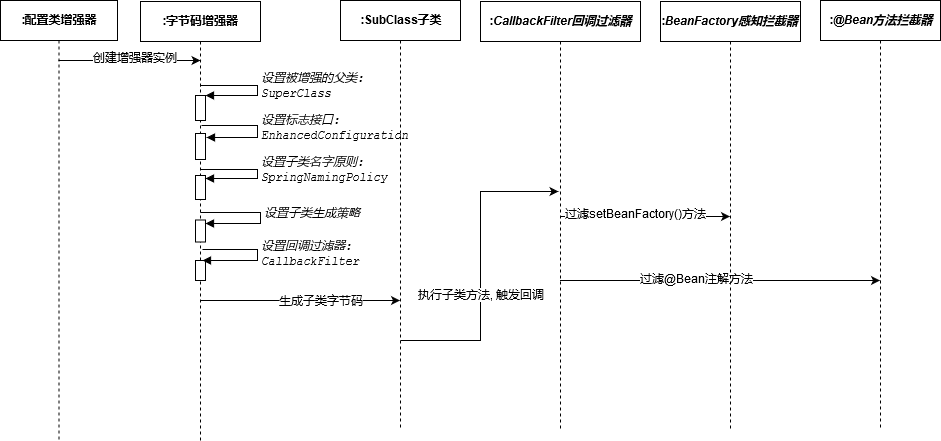
Earlier version of the draw.io export spring-ioc/images/spring-config-enhancer-sequence.png (rutine/spring-doc). Source tidied: cells renumbered, new cells last; positions are measured from the earlier drawing's top-left corner, leaving out a move shared by most shapes.
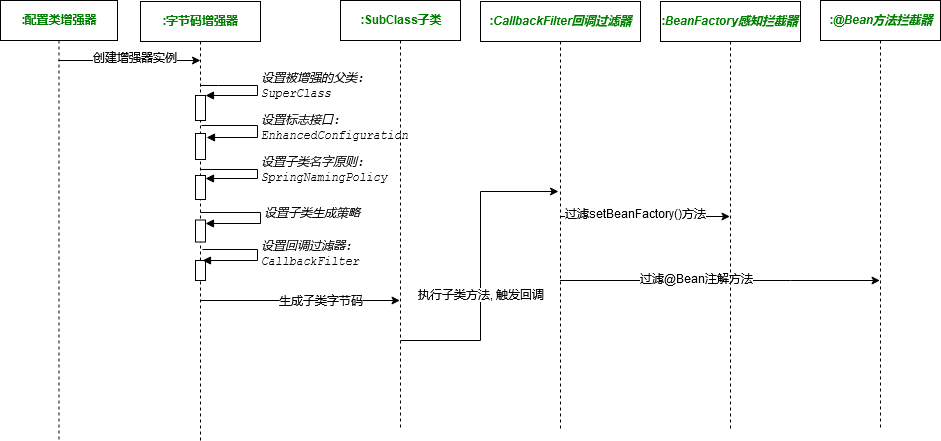
The same file after the commit.

What changed in the source:
```diff
@@ -13,7 +13,7 @@
     <mxCell id="3" value="创建增强器实例" style="text;html=1;align=center;verticalAlign=middle;labelBackgroundColor=#ffffff;" parent="2" vertex="1">
       <mxGeometry x="0.08" y="2" relative="1" as="geometry" />
     </mxCell>
-    <mxCell id="4" value="&lt;b&gt;:配置类增强器&lt;/b&gt;" style="shape=umlLifeline;perimeter=lifelinePerimeter;whiteSpace=wrap;html=1;outlineConnect=0;" parent="1" vertex="1">
+    <mxCell id="4" value="&lt;b&gt;:配置类增强器&lt;/b&gt;" style="shape=umlLifeline;perimeter=lifelinePerimeter;whiteSpace=wrap;html=1;outlineConnect=0;fontColor=#008000;" parent="1" vertex="1">
       <mxGeometry width="117" height="439" as="geometry" />
     </mxCell>
     <mxCell id="5" style="edgeStyle=orthogonalEdgeStyle;rounded=0;jettySize=auto;html=1;exitX=0.497;exitY=0.683;exitDx=0;exitDy=0;exitPerimeter=0;" parent="1" edge="1" source="7" target="21">
@@ -29,7 +29,7 @@
         <mxPoint x="-11" y="-10" as="offset" />
       </mxGeometry>
     </mxCell>
-    <mxCell id="7" value="&lt;b&gt;:字节码增强器&lt;/b&gt;" style="html=1;points=[];perimeter=orthogonalPerimeter;shape=umlLifeline;participant=label;fontFamily=Helvetica;fontSize=12;fontColor=#000000;align=center;strokeColor=#000000;fillColor=#ffffff;" parent="1" vertex="1">
+    <mxCell id="7" value="&lt;b&gt;:字节码增强器&lt;/b&gt;" style="html=1;points=[];perimeter=orthogonalPerimeter;shape=umlLifeline;participant=label;fontFamily=Helvetica;fontSize=12;fontColor=#008000;align=center;strokeColor=#000000;fillColor=#ffffff;" parent="1" vertex="1">
       <mxGeometry x="140" y="1" width="120" height="439" as="geometry" />
     </mxCell>
     <mxCell id="8" style="html=1;points=[];perimeter=orthogonalPerimeter;" parent="7" vertex="1">
@@ -97,7 +97,7 @@
     <mxCell id="20" value="执行子类方法, 触发回调" style="text;html=1;align=center;verticalAlign=middle;labelBackgroundColor=#ffffff;" parent="19" vertex="1">
       <mxGeometry x="-0.18" relative="1" as="geometry" />
     </mxCell>
-    <mxCell id="21" value="&lt;b&gt;:SubClass子类&lt;/b&gt;" style="shape=umlLifeline;perimeter=lifelinePerimeter;whiteSpace=wrap;html=1;outlineConnect=0;" parent="1" vertex="1">
+    <mxCell id="21" value="&lt;b&gt;:SubClass子类&lt;/b&gt;" style="shape=umlLifeline;perimeter=lifelinePerimeter;whiteSpace=wrap;html=1;outlineConnect=0;fontColor=#008000;" parent="1" vertex="1">
       <mxGeometry x="340" width="120" height="430" as="geometry" />
     </mxCell>
     <mxCell id="22" style="edgeStyle=orthogonalEdgeStyle;rounded=0;jettySize=auto;html=1;" parent="1" edge="1" source="24" target="27">
@@ -111,7 +111,7 @@
     <mxCell id="23" value="过滤setBeanFactory()方法" style="text;html=1;align=center;verticalAlign=middle;labelBackgroundColor=#ffffff;" parent="22" vertex="1">
       <mxGeometry x="-0.11" y="2" relative="1" as="geometry" />
     </mxCell>
-    <mxCell id="24" value="&lt;b&gt;:&lt;span style=&quot;font-style: italic&quot;&gt;CallbackFilter回调过滤器&lt;/span&gt;&lt;/b&gt;" style="shape=umlLifeline;perimeter=lifelinePerimeter;whiteSpace=wrap;html=1;outlineConnect=0;" parent="1" vertex="1">
+    <mxCell id="24" value="&lt;b&gt;:&lt;span style=&quot;font-style: italic&quot;&gt;CallbackFilter回调过滤器&lt;/span&gt;&lt;/b&gt;" style="shape=umlLifeline;perimeter=lifelinePerimeter;whiteSpace=wrap;html=1;outlineConnect=0;fontColor=#008000;" parent="1" vertex="1">
       <mxGeometry x="480" y="1" width="160" height="430" as="geometry" />
     </mxCell>
     <mxCell id="25" style="edgeStyle=orthogonalEdgeStyle;rounded=0;jettySize=auto;html=1;" parent="1" edge="1" source="24" target="28">
@@ -127,10 +127,10 @@
         <mxPoint x="-24" y="24" as="offset" />
       </mxGeometry>
     </mxCell>
-    <mxCell id="27" value="&lt;div&gt;&lt;b&gt;:&lt;span style=&quot;font-style: italic&quot;&gt;Bean&lt;/span&gt;&lt;span style=&quot;font-style: italic&quot;&gt;Factory感知拦截器&lt;/span&gt;&lt;span style=&quot;font-style: italic&quot;&gt;&lt;/span&gt;&lt;/b&gt;&lt;/div&gt;" style="shape=umlLifeline;perimeter=lifelinePerimeter;whiteSpace=wrap;html=1;outlineConnect=0;strokeColor=#000000;" parent="1" vertex="1">
+    <mxCell id="27" value="&lt;div&gt;&lt;b&gt;:&lt;span style=&quot;font-style: italic&quot;&gt;Bean&lt;/span&gt;&lt;span style=&quot;font-style: italic&quot;&gt;Factory感知拦截器&lt;/span&gt;&lt;/b&gt;&lt;/div&gt;" style="shape=umlLifeline;perimeter=lifelinePerimeter;whiteSpace=wrap;html=1;outlineConnect=0;strokeColor=#000000;fontColor=#008000;align=center;" parent="1" vertex="1">
       <mxGeometry x="660" y="1" width="140" height="430" as="geometry" />
     </mxCell>
-    <mxCell id="28" value="&lt;b&gt;:&lt;span style=&quot;font-style: italic&quot;&gt;&lt;/span&gt;&lt;span style=&quot;font-style: italic&quot;&gt;@Bean方法拦截器&lt;/span&gt;&lt;/b&gt;" style="shape=umlLifeline;perimeter=lifelinePerimeter;whiteSpace=wrap;html=1;outlineConnect=0;" parent="1" vertex="1">
+    <mxCell id="28" value="&lt;b&gt;:&lt;span style=&quot;font-style: italic&quot;&gt;&lt;/span&gt;&lt;span style=&quot;font-style: italic&quot;&gt;@Bean方法拦截器&lt;/span&gt;&lt;/b&gt;" style="shape=umlLifeline;perimeter=lifelinePerimeter;whiteSpace=wrap;html=1;outlineConnect=0;fontColor=#008000;" parent="1" vertex="1">
       <mxGeometry x="820" width="120" height="430" as="geometry" />
     </mxCell>
   </root>
```
